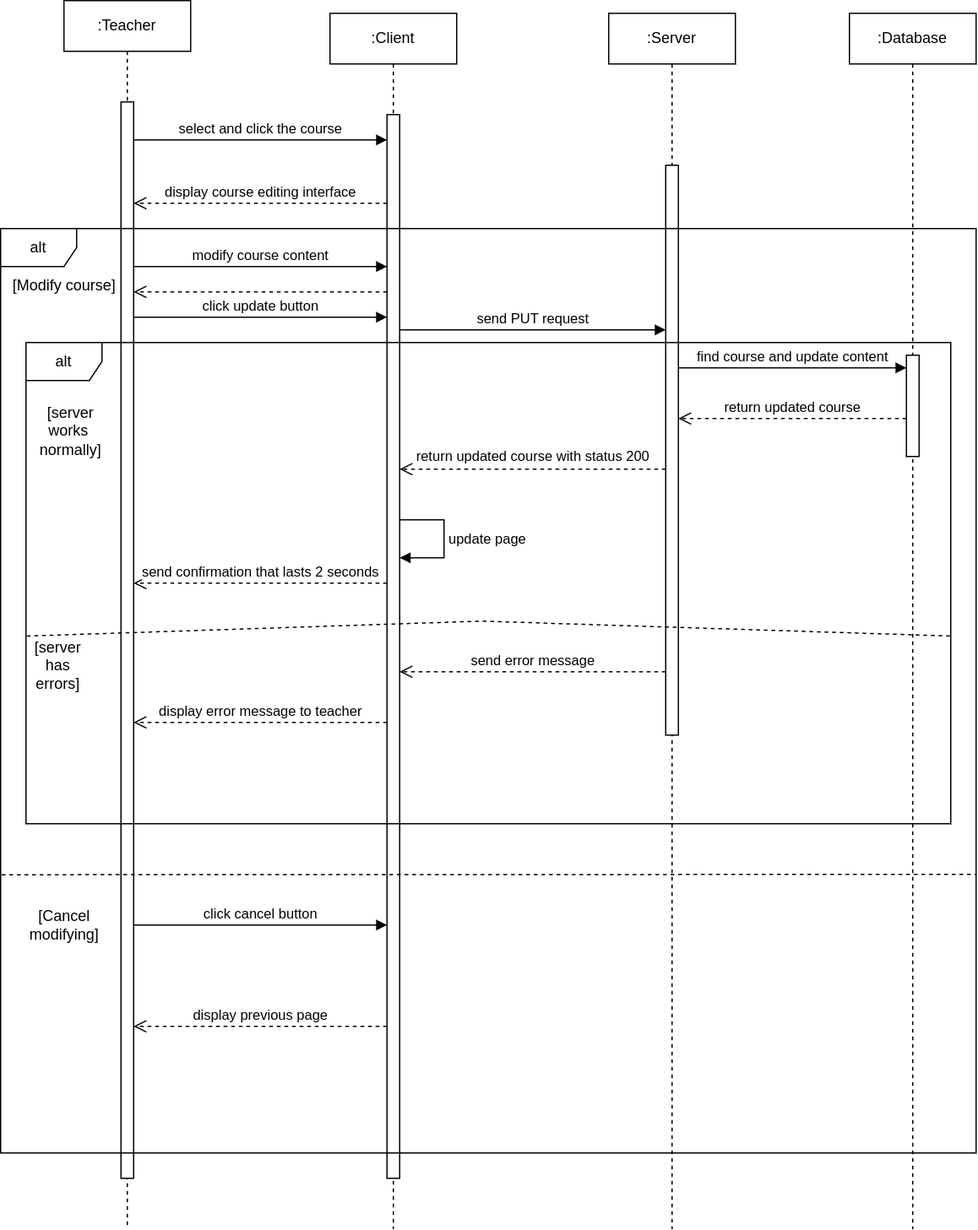
Above: images/sequence/modify-course.png in TomNewbie/pe-lapp (draw.io), before the change. Source tidied: cells renumbered, new cells last; positions are measured from the earlier drawing's top-left corner, leaving out a move shared by most shapes.
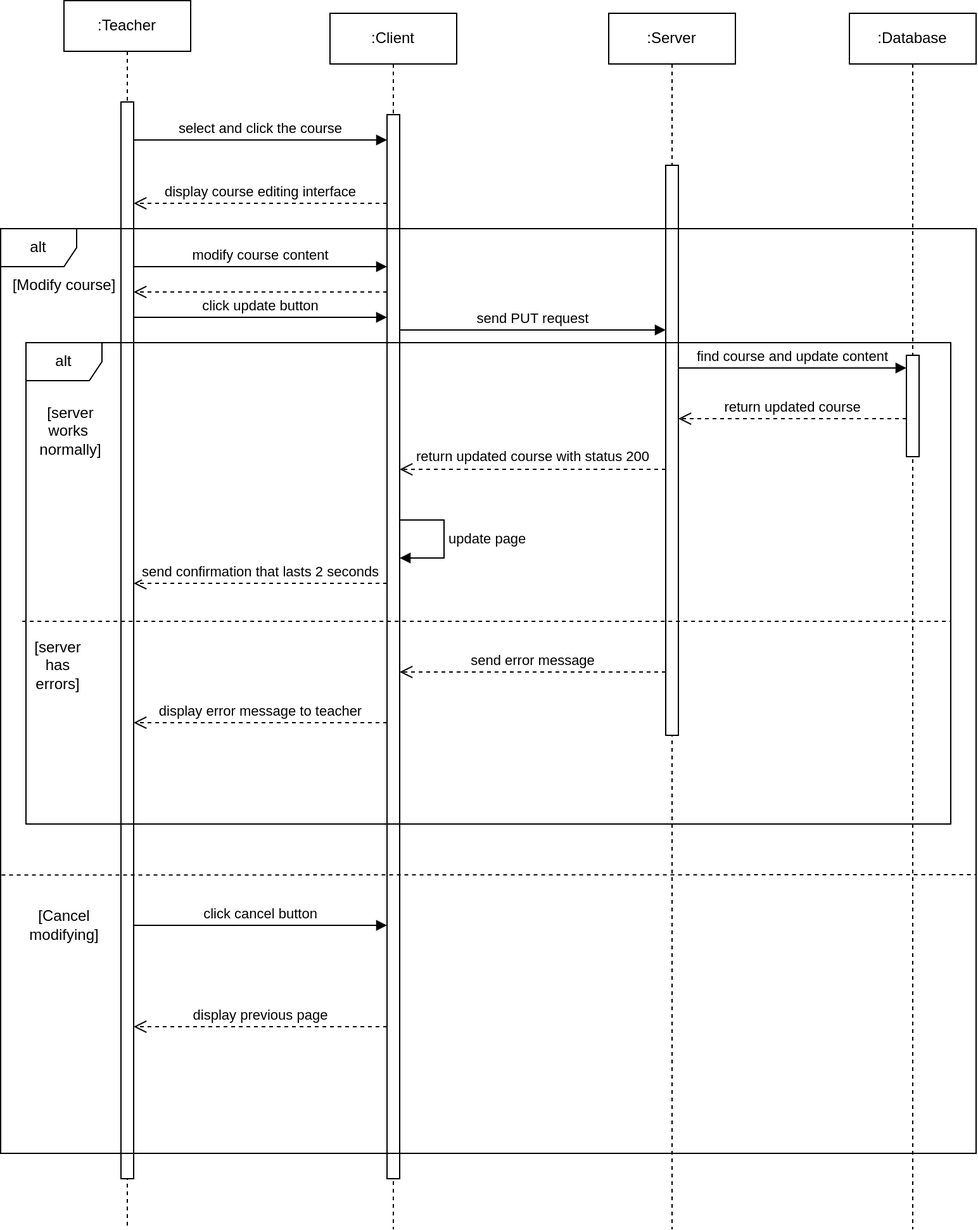
After the commit.

Commit message:
Fix modify course diagram

What changed in the source:
```diff
@@ -109,8 +109,9 @@
     <mxCell id="23" value="[server&lt;br&gt;works&amp;nbsp;&lt;br&gt;normally]" style="text;html=1;align=center;verticalAlign=middle;strokeColor=none;fillColor=none;" parent="1" vertex="1">
       <mxGeometry x="20" y="310" width="70" height="60" as="geometry" />
     </mxCell>
-    <mxCell id="24" style="endArrow=none;dashed=1;html=1;rounded=0;exitX=0.001;exitY=0.61;exitDx=0;exitDy=0;exitPerimeter=0;entryX=1.001;entryY=0.61;entryDx=0;entryDy=0;entryPerimeter=0;" parent="1" edge="1" source="22" target="22">
+    <mxCell id="24" style="endArrow=none;dashed=1;html=1;rounded=0;exitX=-0.004;exitY=0.579;exitDx=0;exitDy=0;exitPerimeter=0;" parent="1" edge="1" source="22">
       <mxGeometry relative="1" as="geometry">
+        <mxPoint x="750" y="490" as="targetPoint" />
         <Array as="points">
           <mxPoint x="380" y="490" />
         </Array>
```
